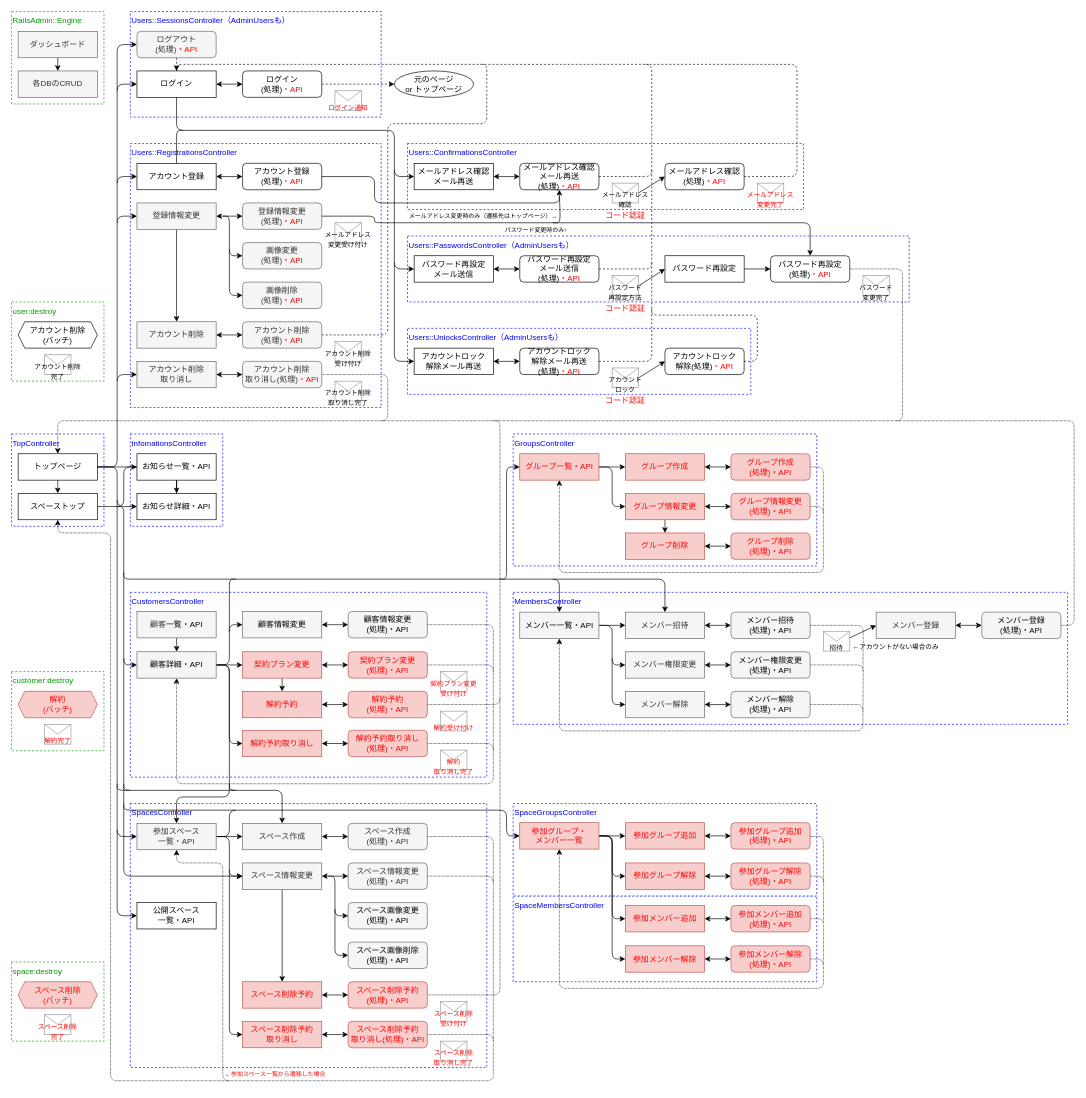
Before: 設計/画面遷移図.drawio in nightonlypj/rails-app-origin, a draw.io diagram. Source tidied: cells renumbered, new cells numbered last; positions are measured from the earlier drawing's top-left corner, leaving out a move shared by most shapes. Both pictures are drawn from the tidied source at 66%, with x=0, y=0 at pixel (11, 11).
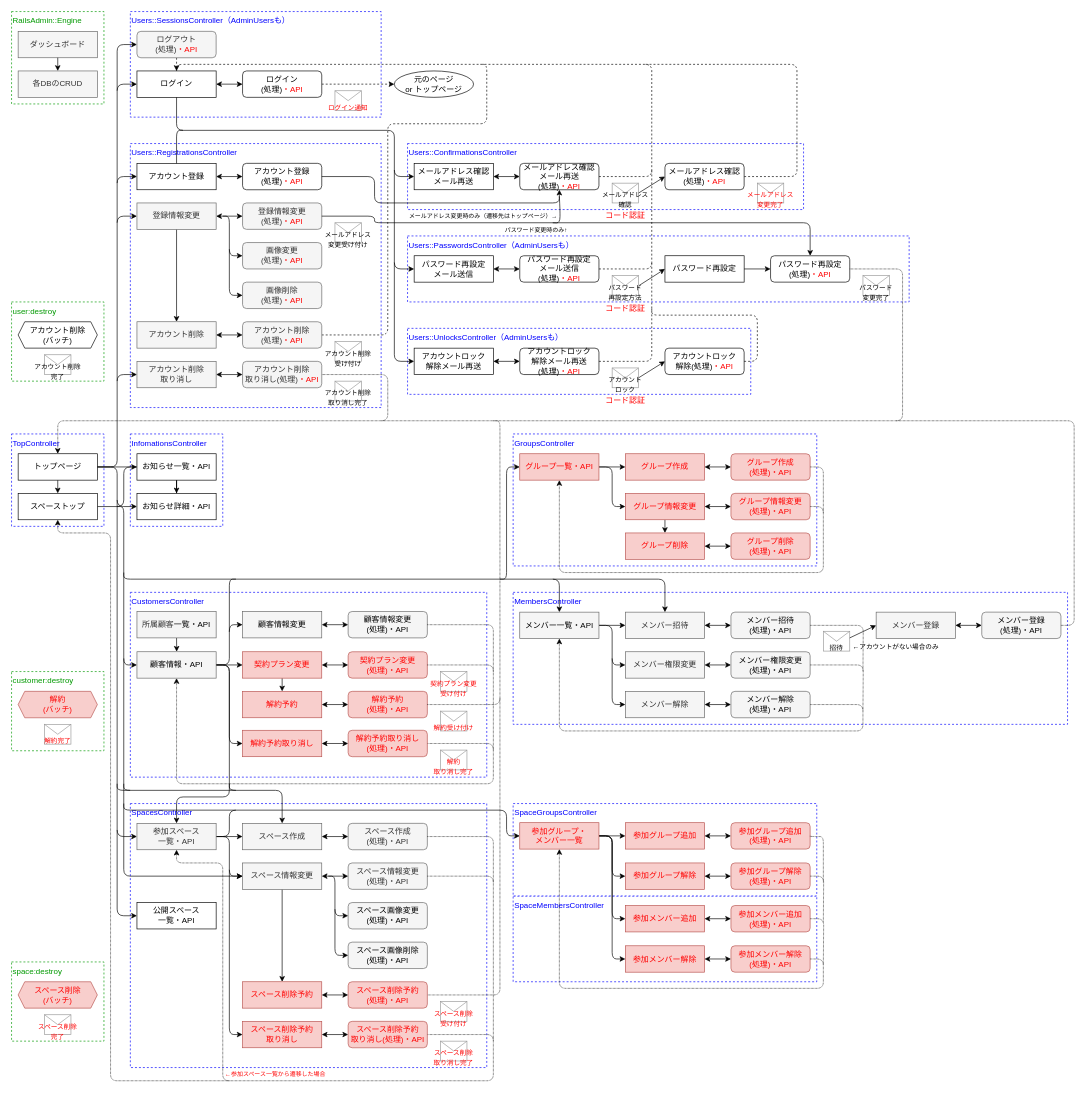
After the change.

Diff of the diagram source:
```diff
@@
-    <mxCell id="121" value="顧客&lt;font color=&quot;#000000&quot;&gt;一覧・API&lt;/font&gt;&lt;font color=&quot;#000000&quot;&gt;&lt;br&gt;&lt;/font&gt;" style="rounded=0;whiteSpace=wrap;html=1;fillColor=#f5f5f5;strokeColor=#666666;fontColor=#333333;" parent="1" vertex="1">
+    <mxCell id="121" value="所属顧客&lt;font color=&quot;#000000&quot;&gt;一覧・API&lt;/font&gt;&lt;font color=&quot;#000000&quot;&gt;&lt;br&gt;&lt;/font&gt;" style="rounded=0;whiteSpace=wrap;html=1;fillColor=#f5f5f5;strokeColor=#666666;fontColor=#333333;" parent="1" vertex="1">
       <mxGeometry x="190" y="909" width="120" height="40" as="geometry" />
     </mxCell>
@@
-    <mxCell id="176" value="&lt;font color=&quot;#000000&quot;&gt;顧客詳細・API&lt;/font&gt;" style="rounded=0;whiteSpace=wrap;html=1;fillColor=#f5f5f5;strokeColor=#666666;fontColor=#333333;" parent="1" vertex="1">
+    <mxCell id="176" value="&lt;font color=&quot;#000000&quot;&gt;顧客情報・API&lt;/font&gt;" style="rounded=0;whiteSpace=wrap;html=1;fillColor=#f5f5f5;strokeColor=#666666;fontColor=#333333;" parent="1" vertex="1">
       <mxGeometry x="190" y="970" width="120" height="40" as="geometry" />
     </mxCell>
```
